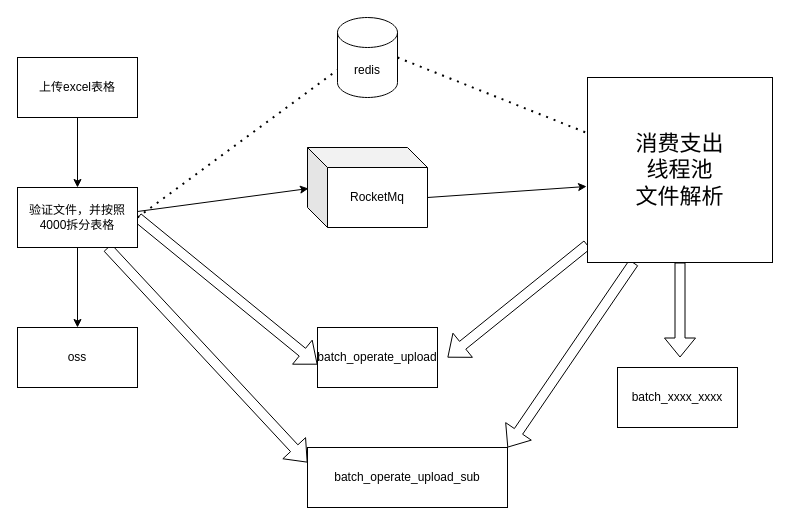
Above: batch_operation.drawio in mirai3zZ/mojito (draw.io), before the change. Source tidied: cells renumbered, new cells numbered last; positions are measured from the earlier drawing's top-left corner, leaving out a move shared by most shapes. Both pictures are drawn from the tidied source at 100%, with x=0, y=0 at pixel (17, 17).
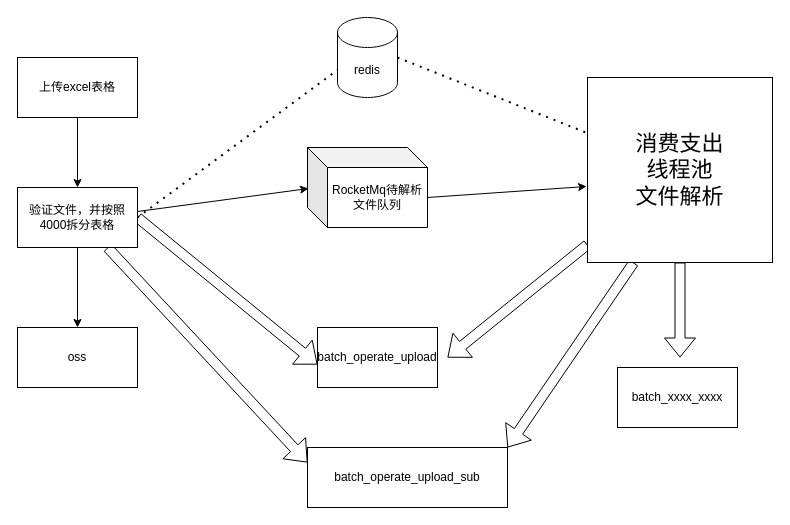
The same diagram, later.

Change to the diagram source:
```diff
@@
-    <mxCell id="10" value="RocketMq" style="shape=cube;whiteSpace=wrap;html=1;boundedLbl=1;backgroundOutline=1;darkOpacity=0.05;darkOpacity2=0.1;" parent="1" vertex="1">
+    <mxCell id="10" value="RocketMq待解析文件队列" style="shape=cube;whiteSpace=wrap;html=1;boundedLbl=1;backgroundOutline=1;darkOpacity=0.05;darkOpacity2=0.1;" parent="1" vertex="1">
       <mxGeometry x="290" y="130" width="120" height="80" as="geometry" />
     </mxCell>
```
